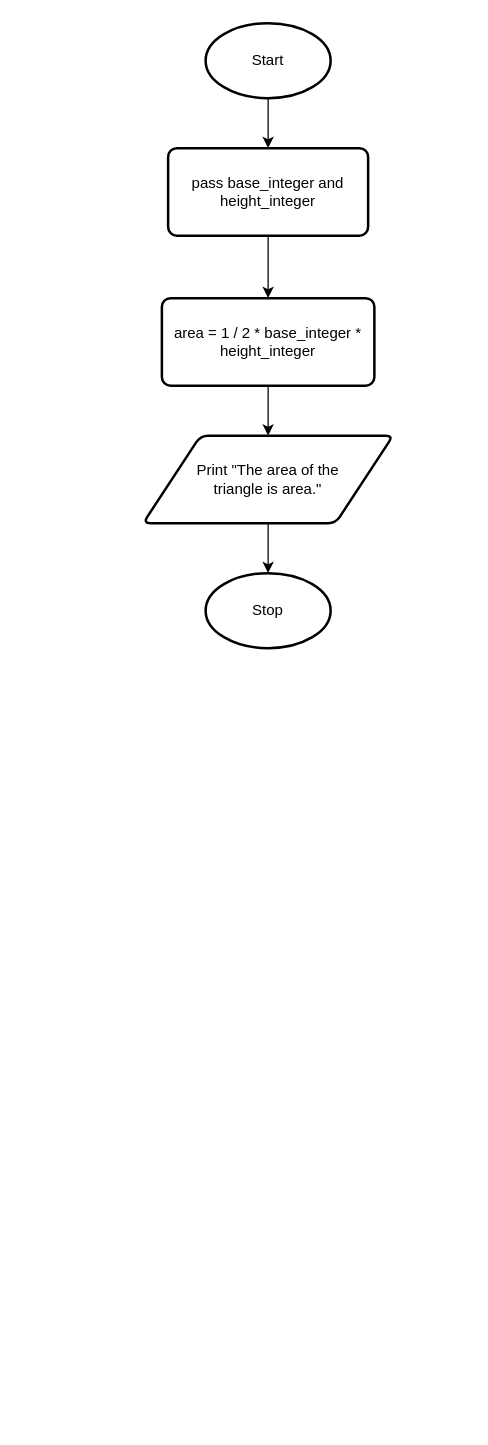
Earlier version of the draw.io diagram design.flowchart.drawio (Yiyun-Qin/ICS3U-Unit6-02-Python). Source tidied: cells renumbered, new cells numbered last; positions are measured from the earlier drawing's top-left corner, leaving out a move shared by most shapes. Both pictures are drawn from the tidied source at 125%, with x=0, y=0 at pixel (142, 22).
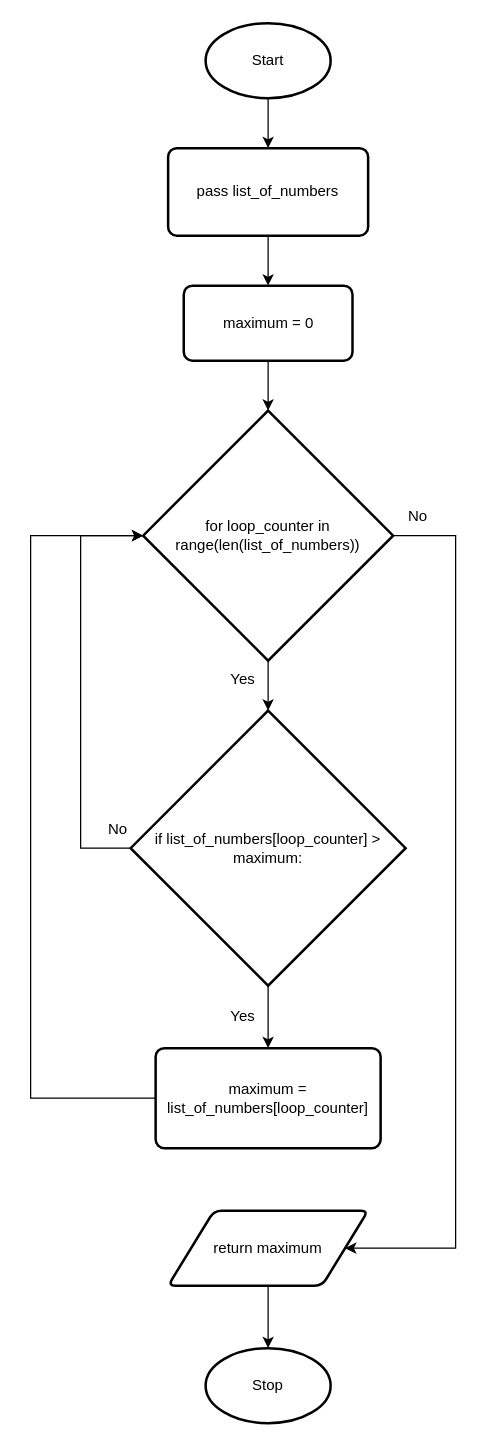
Above is the later version.

The edit, as a diff of the source:
```diff
@@
     <mxCell id="4" value="Stop" style="strokeWidth=2;html=1;shape=mxgraph.flowchart.start_1;whiteSpace=wrap;" parent="1" vertex="1">
-      <mxGeometry x="50" y="440" width="100" height="60" as="geometry" />
+      <mxGeometry x="50" y="1060" width="100" height="60" as="geometry" />
     </mxCell>
@@
-    <mxCell id="6" value="pass base_integer and height_integer" style="rounded=1;whiteSpace=wrap;html=1;absoluteArcSize=1;arcSize=14;strokeWidth=2;" parent="1" vertex="1">
+    <mxCell id="6" value="pass list_of_numbers" style="rounded=1;whiteSpace=wrap;html=1;absoluteArcSize=1;arcSize=14;strokeWidth=2;" parent="1" vertex="1">
       <mxGeometry x="20" y="100" width="160" height="70" as="geometry" />
     </mxCell>
-    <mxCell id="7" style="edgeStyle=none;html=1;exitX=0.5;exitY=1;exitDx=0;exitDy=0;entryX=0.5;entryY=0;entryDx=0;entryDy=0;" parent="1" edge="1" source="8" target="10">
-      <mxGeometry relative="1" as="geometry" />
-    </mxCell>
+    <mxCell id="11" style="edgeStyle=none;html=1;exitX=0.5;exitY=1;exitDx=0;exitDy=0;entryX=0.5;entryY=0;entryDx=0;entryDy=0;entryPerimeter=0;" parent="1" edge="1" source="8" target="9">
+      <mxGeometry relative="1" as="geometry" />
+    </mxCell>
-    <mxCell id="8" value="area = 1 / 2 * base_integer * height_integer" style="rounded=1;whiteSpace=wrap;html=1;absoluteArcSize=1;arcSize=14;strokeWidth=2;" parent="1" vertex="1">
-      <mxGeometry x="15" y="220" width="170" height="70" as="geometry" />
+    <mxCell id="8" value="maximum = 0" style="rounded=1;whiteSpace=wrap;html=1;absoluteArcSize=1;arcSize=14;strokeWidth=2;" parent="1" vertex="1">
+      <mxGeometry x="32.5" y="210" width="135" height="60" as="geometry" />
     </mxCell>
+    <mxCell id="12" style="edgeStyle=none;html=1;exitX=0.5;exitY=1;exitDx=0;exitDy=0;exitPerimeter=0;entryX=0.5;entryY=0;entryDx=0;entryDy=0;entryPerimeter=0;" parent="1" edge="1" source="9" target="16">
+      <mxGeometry relative="1" as="geometry" />
+    </mxCell>
+    <mxCell id="13" style="edgeStyle=orthogonalEdgeStyle;rounded=0;html=1;exitX=1;exitY=0.5;exitDx=0;exitDy=0;exitPerimeter=0;entryX=1;entryY=0.5;entryDx=0;entryDy=0;" parent="1" edge="1" source="9" target="23">
+      <mxGeometry relative="1" as="geometry">
+        <Array as="points">
+          <mxPoint x="250" y="410" />
+          <mxPoint x="250" y="980" />
+        </Array>
+      </mxGeometry>
+    </mxCell>
-    <mxCell id="9" style="edgeStyle=none;html=1;exitX=0.5;exitY=1;exitDx=0;exitDy=0;entryX=0.5;entryY=0;entryDx=0;entryDy=0;entryPerimeter=0;" parent="1" edge="1" source="10" target="4">
-      <mxGeometry relative="1" as="geometry" />
+    <mxCell id="9" value="for loop_counter in range(len(list_of_numbers))" style="strokeWidth=2;html=1;shape=mxgraph.flowchart.decision;whiteSpace=wrap;" parent="1" vertex="1">
+      <mxGeometry y="310" width="200" height="200" as="geometry" />
     </mxCell>
-    <mxCell id="10" value="Print &quot;The area of the &lt;br&gt;triangle is area.&quot;" style="shape=parallelogram;html=1;strokeWidth=2;perimeter=parallelogramPerimeter;whiteSpace=wrap;rounded=1;arcSize=12;size=0.23;" parent="1" vertex="1">
-      <mxGeometry y="330" width="200" height="70" as="geometry" />
-    </mxCell>
+    <mxCell id="14" style="edgeStyle=none;html=1;exitX=0.5;exitY=1;exitDx=0;exitDy=0;exitPerimeter=0;entryX=0.5;entryY=0;entryDx=0;entryDy=0;" parent="1" edge="1" source="16" target="18">
+      <mxGeometry relative="1" as="geometry" />
+    </mxCell>
+    <mxCell id="15" style="edgeStyle=orthogonalEdgeStyle;rounded=0;html=1;exitX=0;exitY=0.5;exitDx=0;exitDy=0;exitPerimeter=0;entryX=0;entryY=0.5;entryDx=0;entryDy=0;entryPerimeter=0;" parent="1" edge="1" source="16" target="9">
+      <mxGeometry relative="1" as="geometry">
+        <Array as="points">
+          <mxPoint x="-50" y="660" />
+          <mxPoint x="-50" y="410" />
+        </Array>
+      </mxGeometry>
+    </mxCell>
+    <mxCell id="16" value="if list_of_numbers[loop_counter] &amp;gt; maximum:" style="strokeWidth=2;html=1;shape=mxgraph.flowchart.decision;whiteSpace=wrap;" parent="1" vertex="1">
+      <mxGeometry x="-10" y="550" width="220" height="220" as="geometry" />
+    </mxCell>
+    <mxCell id="17" style="edgeStyle=orthogonalEdgeStyle;html=1;exitX=0;exitY=0.5;exitDx=0;exitDy=0;entryX=0;entryY=0.5;entryDx=0;entryDy=0;entryPerimeter=0;rounded=0;" parent="1" edge="1" source="18" target="9">
+      <mxGeometry relative="1" as="geometry">
+        <Array as="points">
+          <mxPoint x="-90" y="860" />
+          <mxPoint x="-90" y="410" />
+        </Array>
+      </mxGeometry>
+    </mxCell>
+    <mxCell id="18" value="maximum = list_of_numbers[loop_counter]" style="rounded=1;whiteSpace=wrap;html=1;absoluteArcSize=1;arcSize=14;strokeWidth=2;" parent="1" vertex="1">
+      <mxGeometry x="10" y="820" width="180" height="80" as="geometry" />
+    </mxCell>
+    <mxCell id="19" value="Yes" style="text;html=1;strokeColor=none;fillColor=none;align=center;verticalAlign=middle;whiteSpace=wrap;rounded=0;" parent="1" vertex="1">
+      <mxGeometry x="60" y="510" width="40" height="30" as="geometry" />
+    </mxCell>
+    <mxCell id="20" value="Yes" style="text;html=1;strokeColor=none;fillColor=none;align=center;verticalAlign=middle;whiteSpace=wrap;rounded=0;" parent="1" vertex="1">
+      <mxGeometry x="60" y="780" width="40" height="30" as="geometry" />
+    </mxCell>
+    <mxCell id="21" value="No" style="text;html=1;strokeColor=none;fillColor=none;align=center;verticalAlign=middle;whiteSpace=wrap;rounded=0;" parent="1" vertex="1">
+      <mxGeometry x="-40" y="630" width="40" height="30" as="geometry" />
+    </mxCell>
+    <mxCell id="22" style="edgeStyle=orthogonalEdgeStyle;rounded=0;html=1;exitX=0.5;exitY=1;exitDx=0;exitDy=0;entryX=0.5;entryY=0;entryDx=0;entryDy=0;entryPerimeter=0;" parent="1" edge="1" source="23" target="4">
+      <mxGeometry relative="1" as="geometry" />
+    </mxCell>
+    <mxCell id="23" value="return maximum" style="shape=parallelogram;html=1;strokeWidth=2;perimeter=parallelogramPerimeter;whiteSpace=wrap;rounded=1;arcSize=12;size=0.23;" parent="1" vertex="1">
+      <mxGeometry x="20" y="950" width="160" height="60" as="geometry" />
+    </mxCell>
+    <mxCell id="24" value="No" style="text;html=1;strokeColor=none;fillColor=none;align=center;verticalAlign=middle;whiteSpace=wrap;rounded=0;" parent="1" vertex="1">
+      <mxGeometry x="200" y="380" width="40" height="30" as="geometry" />
+    </mxCell>
```
